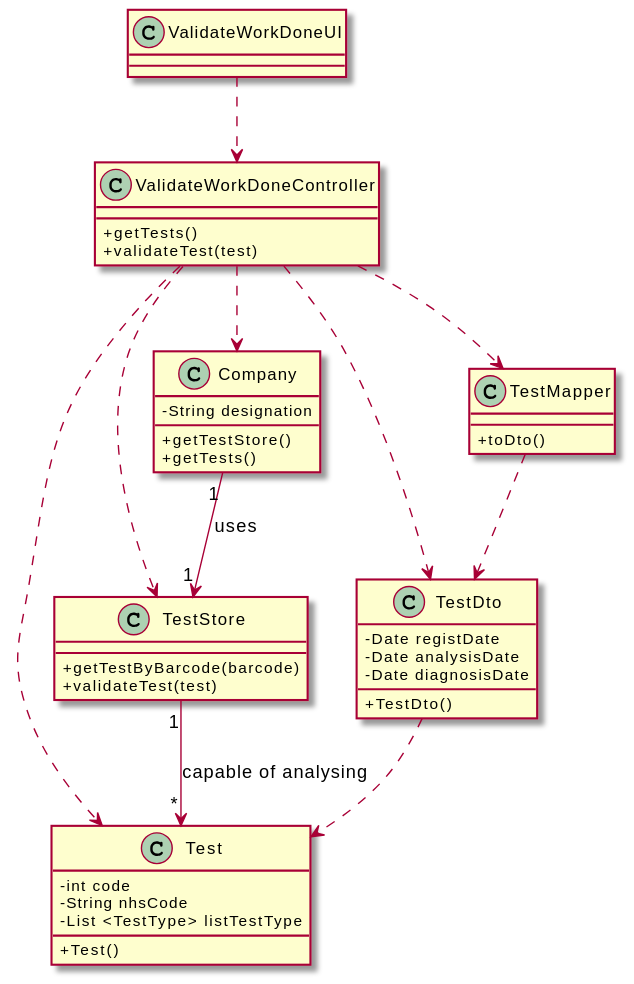
Pedromaia26/LAPR2-ISEP keeps this PlantUML diagram as docs/SprintC/US15_ValidateTheWorkDone/US15_CD.svg. Above is the earlier version. The source it was exported from:
```plantuml
@startuml
skinparam classAttributeIconSize 0

class Company
{
  -String designation
  +getTestStore()
  +getTests()
}


class Test {
  -int code
  -String nhsCode
  -List <TestType> listTestType
  +Test()
}

class TestStore {
  +getTestByBarcode(barcode)
  +validateTest(test)
}


class ValidateWorkDoneController {
  +getTests()
  +validateTest(test)
}

class ValidateWorkDoneUI {

}

class TestMapper {
   +toDto()
}

class TestDto {
  -Date registDate
  -Date analysisDate
  -Date diagnosisDate
  +TestDto()
}


ValidateWorkDoneUI ..> ValidateWorkDoneController
ValidateWorkDoneController ..> TestStore
ValidateWorkDoneController ..> Company
ValidateWorkDoneController ..> TestMapper
ValidateWorkDoneController ..> TestDto
ValidateWorkDoneController ..> Test
TestMapper ..> TestDto
TestDto ..> Test
TestStore "1" --> "*" Test : capable of analysing
Company "1" --> "1" TestStore : uses
@enduml
```
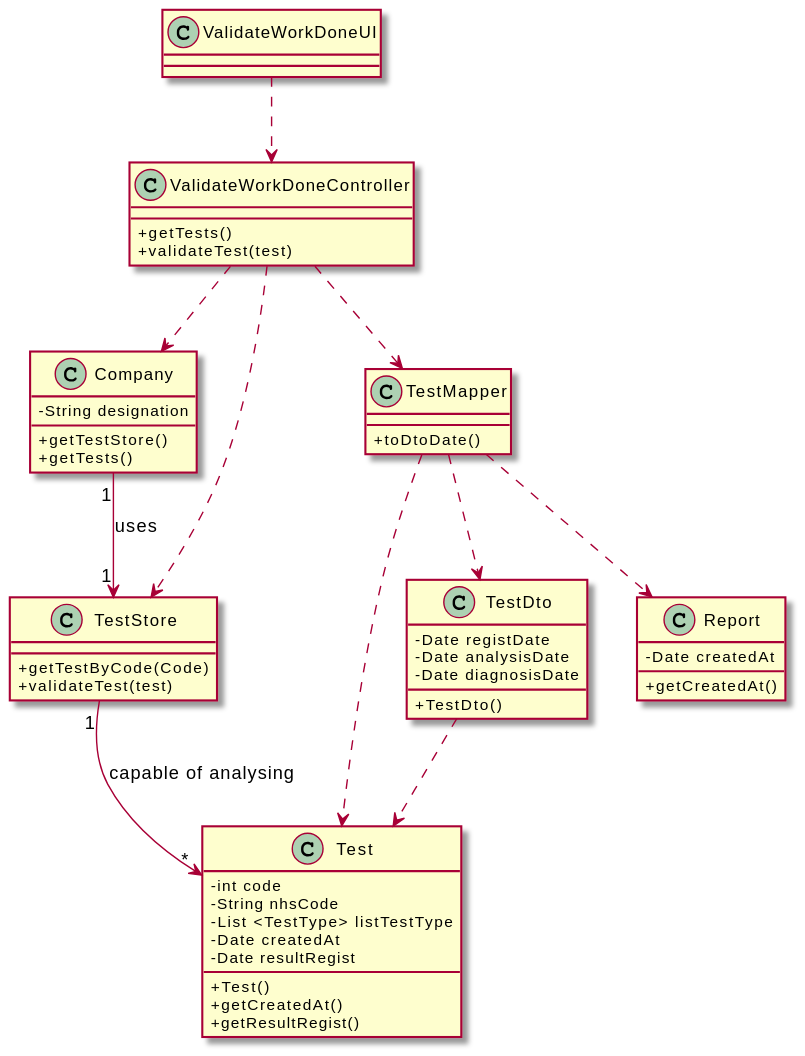
The same file after the commit.

Diff of the diagram source:
```diff
@@ -13,11 +13,15 @@
   -int code
   -String nhsCode
   -List <TestType> listTestType
+  -Date createdAt
+  -Date resultRegist
   +Test()
+  +getCreatedAt()
+  +getResultRegist()
 }
 
 class TestStore {
-  +getTestByBarcode(barcode)
+  +getTestByCode(Code)
   +validateTest(test)
 }
 
@@ -32,7 +36,7 @@
 }
 
 class TestMapper {
-   +toDto()
+   +toDtoDate()
 }
 
 class TestDto {
@@ -41,15 +45,19 @@
   -Date diagnosisDate
   +TestDto()
 }
+class Report {
+  -Date createdAt
+  +getCreatedAt()
+}
 
 
 ValidateWorkDoneUI ..> ValidateWorkDoneController
 ValidateWorkDoneController ..> TestStore
 ValidateWorkDoneController ..> Company
 ValidateWorkDoneController ..> TestMapper
-ValidateWorkDoneController ..> TestDto
-ValidateWorkDoneController ..> Test
+TestMapper ..> Test
 TestMapper ..> TestDto
+TestMapper ..> Report
 TestDto ..> Test
 TestStore "1" --> "*" Test : capable of analysing
 Company "1" --> "1" TestStore : uses
```
